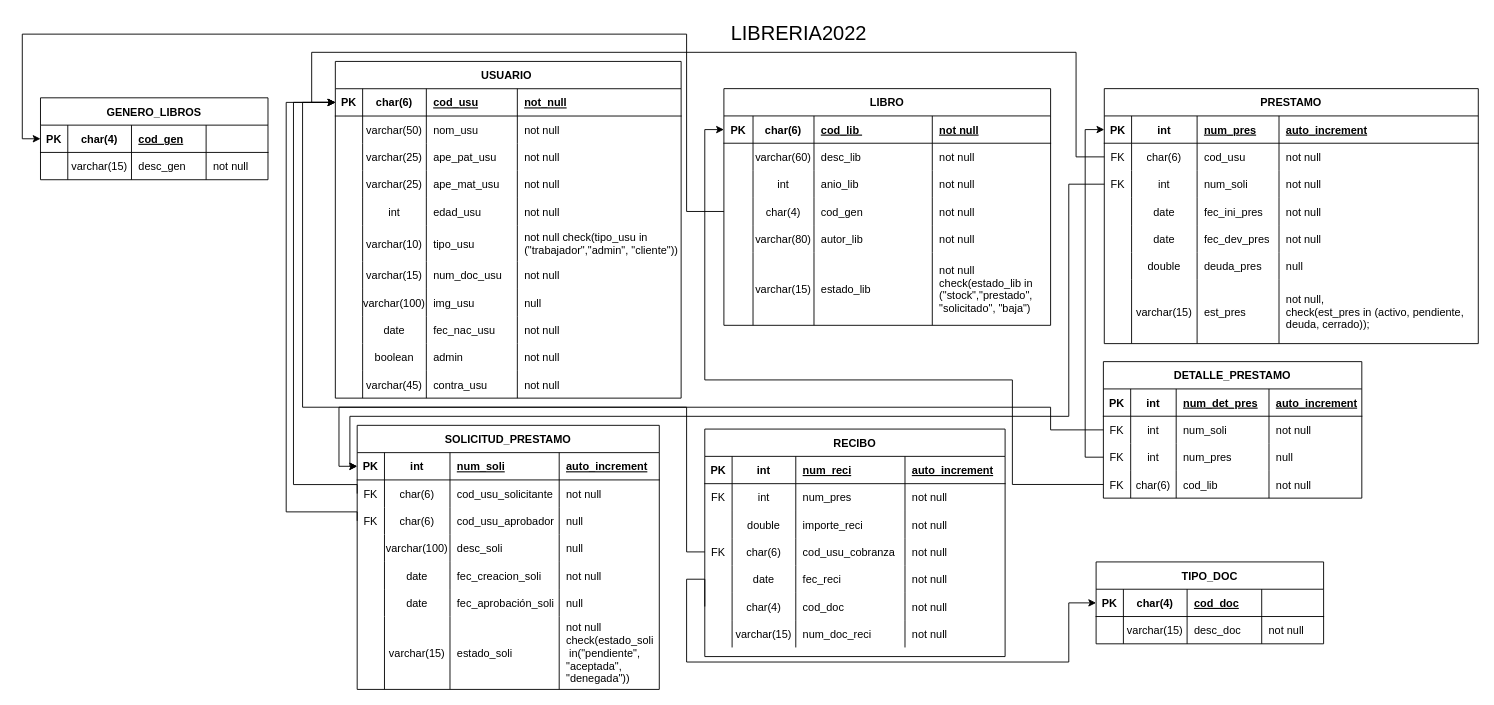
BenZumaran/LPII keeps this draw.io diagram as page "BDatos" (3 of 3) of LPII.drawio. Above is the earlier version. Source tidied: cells renumbered, new cells numbered last; positions are measured from the earlier drawing's top-left corner, leaving out a move shared by most shapes. Both pictures are drawn from the tidied source at 91%, with x=0, y=0 at pixel (22, 15).
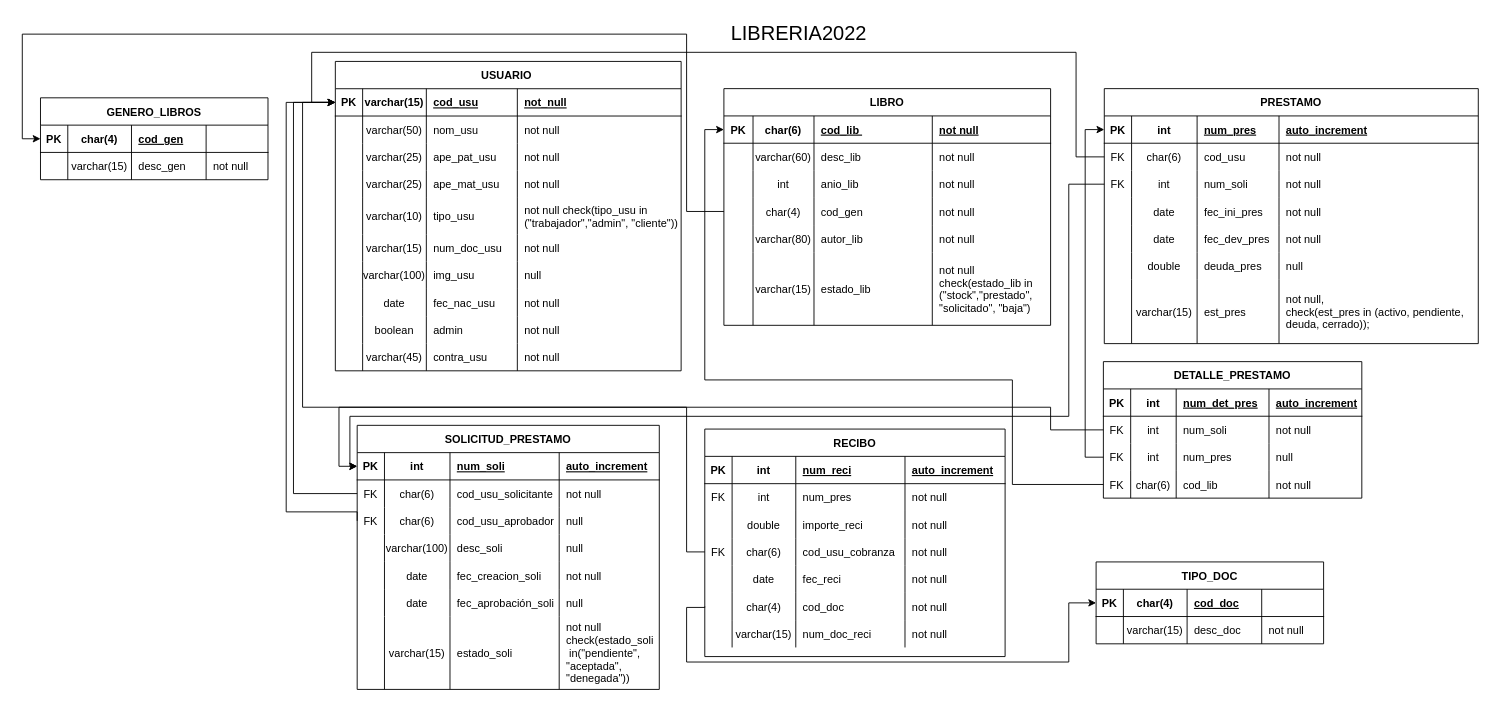
The same diagram, later.

Commit message (it also covers changes not shown here):
added rows to tables, upgrade java project, updated dbschema

Unchanged cells that the change refers to:
```xml
<mxCell id="3" style="shape=tableRow;horizontal=0;startSize=0;swimlaneHead=0;swimlaneBody=0;fillColor=none;points=[[0,0.5],[1,0.5]];portConstraint=eastwest;top=0;left=0;right=0;bottom=1;" parent="2" vertex="1">
  <mxGeometry y="30" width="380" height="30" as="geometry" />
</mxCell>
<mxCell id="131" style="shape=tableRow;horizontal=0;startSize=0;swimlaneHead=0;swimlaneBody=0;fillColor=none;points=[[0,0.5],[1,0.5]];portConstraint=eastwest;top=0;left=0;right=0;bottom=0;" parent="125" vertex="1">
  <mxGeometry y="60" width="332" height="30" as="geometry" />
</mxCell>
<mxCell id="190" style="shape=tableRow;horizontal=0;startSize=0;swimlaneHead=0;swimlaneBody=0;fillColor=none;points=[[0,0.5],[1,0.5]];portConstraint=eastwest;top=0;left=0;right=0;bottom=0;" parent="164" vertex="1">
  <mxGeometry y="180" width="330" height="30" as="geometry" />
</mxCell>
<mxCell id="242" style="shape=tableRow;horizontal=0;startSize=0;swimlaneHead=0;swimlaneBody=0;fillColor=none;points=[[0,0.5],[1,0.5]];portConstraint=eastwest;top=0;left=0;right=0;bottom=1;" parent="241" vertex="1">
  <mxGeometry y="30" width="250" height="30" as="geometry" />
</mxCell>
```

Change to the diagram source:
```diff
@@
     <mxCell id="2" value="USUARIO " style="shape=table;startSize=30;childLayout=tableLayout;rowLines=0;fontStyle=1;align=center;" parent="1" vertex="1">
-      <mxGeometry x="344" y="50" width="380" height="370" as="geometry" />
+      <mxGeometry x="344" y="50" width="380" height="340" as="geometry" />
     </mxCell>
@@
-    <mxCell id="5" value="char(6)" style="shape=partialRectangle;fillColor=none;top=0;left=0;bottom=0;right=0;fontStyle=1;overflow=hidden;" parent="3" vertex="1">
+    <mxCell id="5" value="varchar(15)" style="shape=partialRectangle;fillColor=none;top=0;left=0;bottom=0;right=0;fontStyle=1;overflow=hidden;" parent="3" vertex="1">
       <mxGeometry x="30" width="70" height="30" as="geometry" />
     </mxCell>
@@
-    <mxCell id="23" style="shape=tableRow;horizontal=0;startSize=0;swimlaneHead=0;swimlaneBody=0;fillColor=none;top=0;left=0;right=0;bottom=0;" parent="2" vertex="1">
-      <mxGeometry y="150" width="380" height="30" as="geometry" />
-    </mxCell>
-    <mxCell id="24" style="shape=partialRectangle;fillColor=none;top=0;left=0;bottom=0;right=0;overflow=hidden;" parent="23" vertex="1">
-      <mxGeometry width="30" height="30" as="geometry" />
-    </mxCell>
-    <mxCell id="25" value="int" style="shape=partialRectangle;fillColor=none;top=0;left=0;bottom=0;right=0;overflow=hidden;" parent="23" vertex="1">
-      <mxGeometry x="30" width="70" height="30" as="geometry" />
-    </mxCell>
-    <mxCell id="26" value="edad_usu" style="shape=partialRectangle;fillColor=none;top=0;left=0;bottom=0;right=0;align=left;spacingLeft=6;overflow=hidden;" parent="23" vertex="1">
-      <mxGeometry x="100" width="100" height="30" as="geometry" />
-    </mxCell>
-    <mxCell id="27" value="not null" style="shape=partialRectangle;fillColor=none;top=0;left=0;bottom=0;right=0;align=left;spacingLeft=6;overflow=hidden;" parent="23" vertex="1">
-      <mxGeometry x="200" width="180" height="30" as="geometry" />
-    </mxCell>
     <mxCell id="28" style="shape=tableRow;horizontal=0;startSize=0;swimlaneHead=0;swimlaneBody=0;fillColor=none;top=0;left=0;right=0;bottom=0;" parent="2" vertex="1">
-      <mxGeometry y="180" width="380" height="40" as="geometry" />
+      <mxGeometry y="150" width="380" height="40" as="geometry" />
     </mxCell>
@@
     <mxCell id="33" style="shape=tableRow;horizontal=0;startSize=0;swimlaneHead=0;swimlaneBody=0;fillColor=none;top=0;left=0;right=0;bottom=0;" parent="2" vertex="1">
-      <mxGeometry y="220" width="380" height="30" as="geometry" />
+      <mxGeometry y="190" width="380" height="30" as="geometry" />
     </mxCell>
@@
     <mxCell id="38" style="shape=tableRow;horizontal=0;startSize=0;swimlaneHead=0;swimlaneBody=0;fillColor=none;top=0;left=0;right=0;bottom=0;" parent="2" vertex="1">
-      <mxGeometry y="250" width="380" height="30" as="geometry" />
+      <mxGeometry y="220" width="380" height="30" as="geometry" />
     </mxCell>
@@
     <mxCell id="43" style="shape=tableRow;horizontal=0;startSize=0;swimlaneHead=0;swimlaneBody=0;fillColor=none;top=0;left=0;right=0;bottom=0;" parent="2" vertex="1">
-      <mxGeometry y="280" width="380" height="30" as="geometry" />
+      <mxGeometry y="250" width="380" height="30" as="geometry" />
     </mxCell>
@@
     <mxCell id="48" style="shape=tableRow;horizontal=0;startSize=0;swimlaneHead=0;swimlaneBody=0;fillColor=none;top=0;left=0;right=0;bottom=0;" parent="2" vertex="1">
-      <mxGeometry y="310" width="380" height="30" as="geometry" />
+      <mxGeometry y="280" width="380" height="30" as="geometry" />
     </mxCell>
@@
     <mxCell id="53" style="shape=tableRow;horizontal=0;startSize=0;swimlaneHead=0;swimlaneBody=0;fillColor=none;top=0;left=0;right=0;bottom=0;" parent="2" vertex="1">
-      <mxGeometry y="340" width="380" height="30" as="geometry" />
+      <mxGeometry y="310" width="380" height="30" as="geometry" />
     </mxCell>
@@
     <mxCell id="161" style="edgeStyle=orthogonalEdgeStyle;rounded=0;jettySize=auto;html=1;exitX=0;exitY=0.5;exitDx=0;exitDy=0;entryX=0;entryY=0.5;entryDx=0;entryDy=0;" parent="1" edge="1" source="131" target="3">
       <mxGeometry relative="1" as="geometry">
         <Array as="points">
-          <mxPoint x="368" y="515" />
-          <mxPoint x="298" y="515" />
+          <mxPoint x="298" y="525" />
           <mxPoint x="298" y="95" />
         </Array>
       </mxGeometry>
     </mxCell>
@@
     <mxCell id="252" style="edgeStyle=orthogonalEdgeStyle;rounded=0;jettySize=auto;html=1;exitX=0;exitY=0.5;exitDx=0;exitDy=0;entryX=0;entryY=0.5;entryDx=0;entryDy=0;fontSize=22;" parent="1" edge="1" source="190" target="242">
       <mxGeometry relative="1" as="geometry">
         <Array as="points">
-          <mxPoint x="730" y="619" />
+          <mxPoint x="730" y="650" />
           <mxPoint x="730" y="710" />
           <mxPoint x="1150" y="710" />
           <mxPoint x="1150" y="645" />
         </Array>
       </mxGeometry>
     </mxCell>
```
